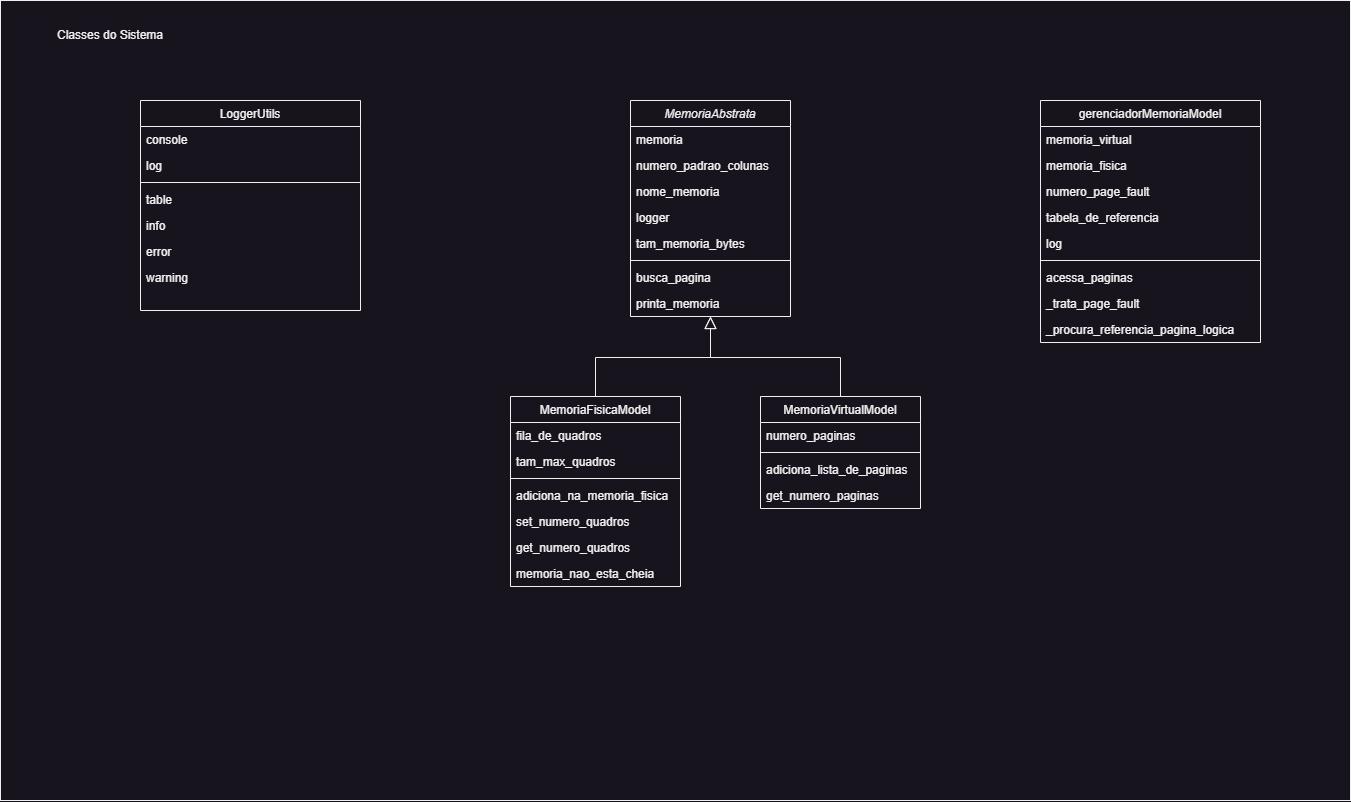
This is docs/diagrama_de_classe.png from chicosbg/Simulador-Gerenciador-de-Memoria, a draw.io export, as it was before one commit. Source tidied: cells renumbered, new cells last; positions are measured from the earlier drawing's top-left corner, leaving out a move shared by most shapes. Its diagram source:
```xml
<mxGraphModel>
  <root>
    <mxCell id="0" />
    <mxCell id="1" parent="0" />
    <mxCell id="2" style="rounded=0;whiteSpace=wrap;html=1;fillColor=none;" parent="1" vertex="1">
      <mxGeometry width="1350" height="800" as="geometry" />
    </mxCell>
    <mxCell id="3" value="MemoriaAbstrata" style="swimlane;fontStyle=2;align=center;verticalAlign=top;horizontal=1;startSize=26;rounded=0;shadow=0;strokeWidth=1;" parent="1" vertex="1">
      <mxGeometry x="630" y="100" width="160" height="216" as="geometry" />
    </mxCell>
    <mxCell id="4" value="memoria" style="text;align=left;verticalAlign=top;spacingLeft=4;spacingRight=4;overflow=hidden;rounded=0;shadow=0;html=0;" parent="3" vertex="1">
      <mxGeometry y="26" width="160" height="26" as="geometry" />
    </mxCell>
    <mxCell id="5" value="numero_padrao_colunas" style="text;align=left;verticalAlign=top;spacingLeft=4;spacingRight=4;overflow=hidden;rounded=0;shadow=0;html=0;" parent="3" vertex="1">
      <mxGeometry y="52" width="160" height="26" as="geometry" />
    </mxCell>
    <mxCell id="6" value="nome_memoria" style="text;align=left;verticalAlign=top;spacingLeft=4;spacingRight=4;overflow=hidden;rounded=0;shadow=0;html=0;" parent="3" vertex="1">
      <mxGeometry y="78" width="160" height="26" as="geometry" />
    </mxCell>
    <mxCell id="7" value="logger" style="text;align=left;verticalAlign=top;spacingLeft=4;spacingRight=4;overflow=hidden;rounded=0;shadow=0;html=0;" parent="3" vertex="1">
      <mxGeometry y="104" width="160" height="26" as="geometry" />
    </mxCell>
    <mxCell id="8" value="tam_memoria_bytes" style="text;align=left;verticalAlign=top;spacingLeft=4;spacingRight=4;overflow=hidden;rounded=0;shadow=0;html=0;" parent="3" vertex="1">
      <mxGeometry y="130" width="160" height="26" as="geometry" />
    </mxCell>
    <mxCell id="9" style="line;html=1;strokeWidth=1;align=left;verticalAlign=middle;spacingTop=-1;spacingLeft=3;spacingRight=3;labelPosition=right;" parent="3" vertex="1">
      <mxGeometry y="156" width="160" height="8" as="geometry" />
    </mxCell>
    <mxCell id="10" value="busca_pagina" style="text;align=left;verticalAlign=top;spacingLeft=4;spacingRight=4;overflow=hidden;" parent="3" vertex="1">
      <mxGeometry y="164" width="160" height="26" as="geometry" />
    </mxCell>
    <mxCell id="11" value="printa_memoria" style="text;align=left;verticalAlign=top;spacingLeft=4;spacingRight=4;overflow=hidden;" parent="3" vertex="1">
      <mxGeometry y="190" width="160" height="26" as="geometry" />
    </mxCell>
    <mxCell id="12" value="MemoriaFisicaModel" style="swimlane;fontStyle=0;align=center;verticalAlign=top;horizontal=1;startSize=26;rounded=0;shadow=0;strokeWidth=1;" parent="1" vertex="1">
      <mxGeometry x="510" y="396" width="170" height="190" as="geometry" />
    </mxCell>
    <mxCell id="13" value="fila_de_quadros" style="text;align=left;verticalAlign=top;spacingLeft=4;spacingRight=4;overflow=hidden;" parent="12" vertex="1">
      <mxGeometry y="26" width="170" height="26" as="geometry" />
    </mxCell>
    <mxCell id="14" value="tam_max_quadros" style="text;align=left;verticalAlign=top;spacingLeft=4;spacingRight=4;overflow=hidden;rounded=0;shadow=0;html=0;" parent="12" vertex="1">
      <mxGeometry y="52" width="170" height="26" as="geometry" />
    </mxCell>
    <mxCell id="15" style="line;html=1;strokeWidth=1;align=left;verticalAlign=middle;spacingTop=-1;spacingLeft=3;spacingRight=3;labelPosition=right;" parent="12" vertex="1">
      <mxGeometry y="78" width="170" height="8" as="geometry" />
    </mxCell>
    <mxCell id="16" value="adiciona_na_memoria_fisica" style="text;align=left;verticalAlign=top;spacingLeft=4;spacingRight=4;overflow=hidden;fontStyle=0;" parent="12" vertex="1">
      <mxGeometry y="86" width="170" height="26" as="geometry" />
    </mxCell>
    <mxCell id="17" value="set_numero_quadros" style="text;align=left;verticalAlign=top;spacingLeft=4;spacingRight=4;overflow=hidden;" parent="12" vertex="1">
      <mxGeometry y="112" width="170" height="26" as="geometry" />
    </mxCell>
    <mxCell id="18" value="get_numero_quadros" style="text;align=left;verticalAlign=top;spacingLeft=4;spacingRight=4;overflow=hidden;" parent="12" vertex="1">
      <mxGeometry y="138" width="170" height="26" as="geometry" />
    </mxCell>
    <mxCell id="19" value="memoria_nao_esta_cheia" style="text;align=left;verticalAlign=top;spacingLeft=4;spacingRight=4;overflow=hidden;" parent="12" vertex="1">
      <mxGeometry y="164" width="170" height="26" as="geometry" />
    </mxCell>
    <mxCell id="20" style="endArrow=block;endSize=10;endFill=0;shadow=0;strokeWidth=1;rounded=0;curved=0;edgeStyle=elbowEdgeStyle;elbow=vertical;" parent="1" edge="1" source="12" target="3">
      <mxGeometry relative="1" as="geometry" />
    </mxCell>
    <mxCell id="21" value="MemoriaVirtualModel" style="swimlane;fontStyle=0;align=center;verticalAlign=top;horizontal=1;startSize=26;rounded=0;shadow=0;strokeWidth=1;" parent="1" vertex="1">
      <mxGeometry x="760" y="396" width="160" height="112" as="geometry" />
    </mxCell>
    <mxCell id="22" value="numero_paginas" style="text;align=left;verticalAlign=top;spacingLeft=4;spacingRight=4;overflow=hidden;" parent="21" vertex="1">
      <mxGeometry y="26" width="160" height="26" as="geometry" />
    </mxCell>
    <mxCell id="23" style="line;html=1;strokeWidth=1;align=left;verticalAlign=middle;spacingTop=-1;spacingLeft=3;spacingRight=3;labelPosition=right;" parent="21" vertex="1">
      <mxGeometry y="52" width="160" height="8" as="geometry" />
    </mxCell>
    <mxCell id="24" value="adiciona_lista_de_paginas" style="text;align=left;verticalAlign=top;spacingLeft=4;spacingRight=4;overflow=hidden;" parent="21" vertex="1">
      <mxGeometry y="60" width="160" height="26" as="geometry" />
    </mxCell>
    <mxCell id="25" value="get_numero_paginas" style="text;align=left;verticalAlign=top;spacingLeft=4;spacingRight=4;overflow=hidden;" parent="21" vertex="1">
      <mxGeometry y="86" width="160" height="26" as="geometry" />
    </mxCell>
    <mxCell id="26" style="endArrow=block;endSize=10;endFill=0;shadow=0;strokeWidth=1;rounded=0;curved=0;edgeStyle=elbowEdgeStyle;elbow=vertical;" parent="1" edge="1" source="21" target="3">
      <mxGeometry relative="1" as="geometry" />
    </mxCell>
    <mxCell id="27" value="gerenciadorMemoriaModel" style="swimlane;fontStyle=0;align=center;verticalAlign=top;horizontal=1;startSize=26;rounded=0;shadow=0;strokeWidth=1;" parent="1" vertex="1">
      <mxGeometry x="1040" y="100" width="220" height="242" as="geometry" />
    </mxCell>
    <mxCell id="28" value="memoria_virtual" style="text;align=left;verticalAlign=top;spacingLeft=4;spacingRight=4;overflow=hidden;" parent="27" vertex="1">
      <mxGeometry y="26" width="220" height="26" as="geometry" />
    </mxCell>
    <mxCell id="29" value="memoria_fisica" style="text;align=left;verticalAlign=top;spacingLeft=4;spacingRight=4;overflow=hidden;rounded=0;shadow=0;html=0;" parent="27" vertex="1">
      <mxGeometry y="52" width="220" height="26" as="geometry" />
    </mxCell>
    <mxCell id="30" value="numero_page_fault" style="text;align=left;verticalAlign=top;spacingLeft=4;spacingRight=4;overflow=hidden;rounded=0;shadow=0;html=0;" parent="27" vertex="1">
      <mxGeometry y="78" width="220" height="26" as="geometry" />
    </mxCell>
    <mxCell id="31" value="tabela_de_referencia" style="text;align=left;verticalAlign=top;spacingLeft=4;spacingRight=4;overflow=hidden;rounded=0;shadow=0;html=0;" parent="27" vertex="1">
      <mxGeometry y="104" width="220" height="26" as="geometry" />
    </mxCell>
    <mxCell id="32" value="log" style="text;align=left;verticalAlign=top;spacingLeft=4;spacingRight=4;overflow=hidden;rounded=0;shadow=0;html=0;" parent="27" vertex="1">
      <mxGeometry y="130" width="220" height="26" as="geometry" />
    </mxCell>
    <mxCell id="33" style="line;html=1;strokeWidth=1;align=left;verticalAlign=middle;spacingTop=-1;spacingLeft=3;spacingRight=3;labelPosition=right;" parent="27" vertex="1">
      <mxGeometry y="156" width="220" height="8" as="geometry" />
    </mxCell>
    <mxCell id="34" value="acessa_paginas" style="text;align=left;verticalAlign=top;spacingLeft=4;spacingRight=4;overflow=hidden;" parent="27" vertex="1">
      <mxGeometry y="164" width="220" height="26" as="geometry" />
    </mxCell>
    <mxCell id="35" value="_trata_page_fault" style="text;align=left;verticalAlign=top;spacingLeft=4;spacingRight=4;overflow=hidden;" parent="27" vertex="1">
      <mxGeometry y="190" width="220" height="26" as="geometry" />
    </mxCell>
    <mxCell id="36" value="_procura_referencia_pagina_logica" style="text;align=left;verticalAlign=top;spacingLeft=4;spacingRight=4;overflow=hidden;" parent="27" vertex="1">
      <mxGeometry y="216" width="220" height="26" as="geometry" />
    </mxCell>
    <mxCell id="37" value="LoggerUtils" style="swimlane;fontStyle=0;align=center;verticalAlign=top;horizontal=1;startSize=26;rounded=0;shadow=0;strokeWidth=1;" parent="1" vertex="1">
      <mxGeometry x="140" y="100" width="220" height="210" as="geometry" />
    </mxCell>
    <mxCell id="38" value="console" style="text;align=left;verticalAlign=top;spacingLeft=4;spacingRight=4;overflow=hidden;" parent="37" vertex="1">
      <mxGeometry y="26" width="220" height="26" as="geometry" />
    </mxCell>
    <mxCell id="39" value="log" style="text;align=left;verticalAlign=top;spacingLeft=4;spacingRight=4;overflow=hidden;" parent="37" vertex="1">
      <mxGeometry y="52" width="220" height="26" as="geometry" />
    </mxCell>
    <mxCell id="40" style="line;html=1;strokeWidth=1;align=left;verticalAlign=middle;spacingTop=-1;spacingLeft=3;spacingRight=3;labelPosition=right;" parent="37" vertex="1">
      <mxGeometry y="78" width="220" height="8" as="geometry" />
    </mxCell>
    <mxCell id="41" value="table" style="text;align=left;verticalAlign=top;spacingLeft=4;spacingRight=4;overflow=hidden;" parent="37" vertex="1">
      <mxGeometry y="86" width="220" height="26" as="geometry" />
    </mxCell>
    <mxCell id="42" value="info" style="text;align=left;verticalAlign=top;spacingLeft=4;spacingRight=4;overflow=hidden;" parent="37" vertex="1">
      <mxGeometry y="112" width="220" height="26" as="geometry" />
    </mxCell>
    <mxCell id="43" value="error" style="text;align=left;verticalAlign=top;spacingLeft=4;spacingRight=4;overflow=hidden;" parent="37" vertex="1">
      <mxGeometry y="138" width="220" height="26" as="geometry" />
    </mxCell>
    <mxCell id="44" value="warning" style="text;align=left;verticalAlign=top;spacingLeft=4;spacingRight=4;overflow=hidden;" parent="37" vertex="1">
      <mxGeometry y="164" width="220" height="26" as="geometry" />
    </mxCell>
    <mxCell id="45" value="Classes do Sistema" style="text;html=1;align=center;verticalAlign=middle;whiteSpace=wrap;rounded=0;" parent="1" vertex="1">
      <mxGeometry x="50" y="20" width="120" height="30" as="geometry" />
    </mxCell>
  </root>
</mxGraphModel>
```
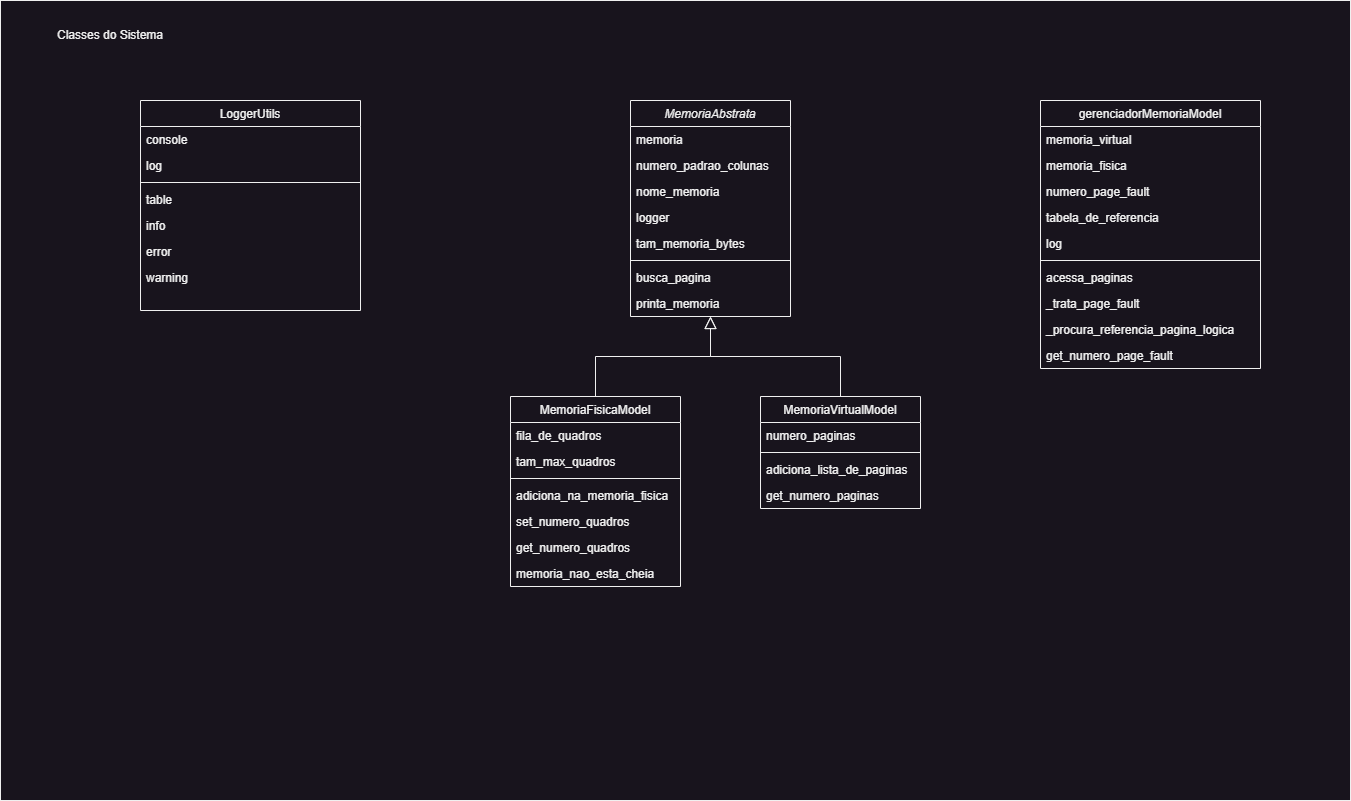
After the change.

Commit message:
add total page fault

The edit, as a diff of the source:
```diff
@@ -78,7 +78,7 @@
       <mxGeometry relative="1" as="geometry" />
     </mxCell>
     <mxCell id="27" value="gerenciadorMemoriaModel" style="swimlane;fontStyle=0;align=center;verticalAlign=top;horizontal=1;startSize=26;rounded=0;shadow=0;strokeWidth=1;" parent="1" vertex="1">
-      <mxGeometry x="1040" y="100" width="220" height="242" as="geometry" />
+      <mxGeometry x="1040" y="100" width="220" height="268" as="geometry" />
     </mxCell>
     <mxCell id="28" value="memoria_virtual" style="text;align=left;verticalAlign=top;spacingLeft=4;spacingRight=4;overflow=hidden;" parent="27" vertex="1">
       <mxGeometry y="26" width="220" height="26" as="geometry" />
@@ -107,6 +107,9 @@
     <mxCell id="36" value="_procura_referencia_pagina_logica" style="text;align=left;verticalAlign=top;spacingLeft=4;spacingRight=4;overflow=hidden;" parent="27" vertex="1">
       <mxGeometry y="216" width="220" height="26" as="geometry" />
     </mxCell>
+    <mxCell id="46" value="get_numero_page_fault" style="text;align=left;verticalAlign=top;spacingLeft=4;spacingRight=4;overflow=hidden;" parent="27" vertex="1">
+      <mxGeometry y="242" width="220" height="26" as="geometry" />
+    </mxCell>
     <mxCell id="37" value="LoggerUtils" style="swimlane;fontStyle=0;align=center;verticalAlign=top;horizontal=1;startSize=26;rounded=0;shadow=0;strokeWidth=1;" parent="1" vertex="1">
       <mxGeometry x="140" y="100" width="220" height="210" as="geometry" />
     </mxCell>
```
